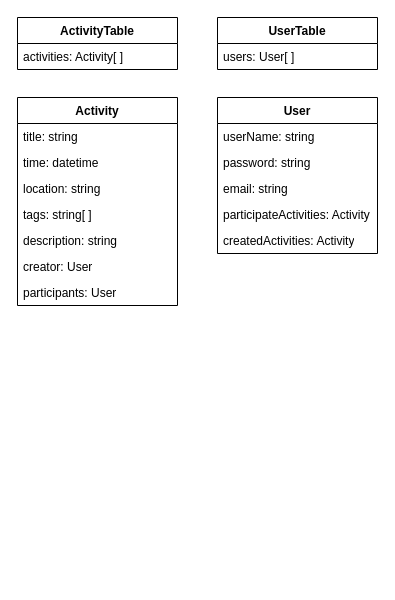
Earlier version of the draw.io diagram docs/create_activity_UML_class.drawio (Yishanka/Soda). Source tidied: cells renumbered, new cells numbered last; positions are measured from the earlier drawing's top-left corner, leaving out a move shared by most shapes. Both pictures are drawn from the tidied source at 100%, with x=0, y=0 at pixel (17, 17).
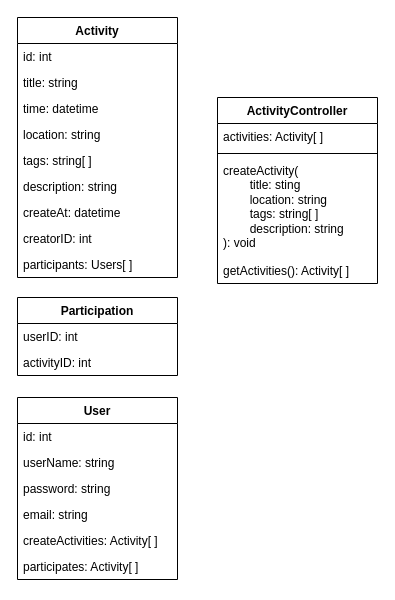
After the change.

Diff of the diagram source:
```diff
@@
     <mxCell id="2" value="Activity" style="swimlane;fontStyle=1;align=center;verticalAlign=top;horizontal=1;startSize=26;whiteSpace=wrap;html=1;" parent="1" vertex="1">
-      <mxGeometry y="80" width="160" height="208" as="geometry" />
+      <mxGeometry width="160" height="260" as="geometry" />
     </mxCell>
+    <mxCell id="20" value="id: int" style="text;strokeColor=none;fillColor=none;align=left;verticalAlign=top;spacingLeft=4;spacingRight=4;overflow=hidden;whiteSpace=wrap;html=1;" parent="2" vertex="1">
+      <mxGeometry y="26" width="160" height="26" as="geometry" />
+    </mxCell>
     <mxCell id="3" value="title: string" style="text;strokeColor=none;fillColor=none;align=left;verticalAlign=top;spacingLeft=4;spacingRight=4;overflow=hidden;whiteSpace=wrap;html=1;" parent="2" vertex="1">
-      <mxGeometry y="26" width="160" height="26" as="geometry" />
+      <mxGeometry y="52" width="160" height="26" as="geometry" />
     </mxCell>
     <mxCell id="4" value="time: datetime" style="text;strokeColor=none;fillColor=none;align=left;verticalAlign=top;spacingLeft=4;spacingRight=4;overflow=hidden;whiteSpace=wrap;html=1;" parent="2" vertex="1">
-      <mxGeometry y="52" width="160" height="26" as="geometry" />
+      <mxGeometry y="78" width="160" height="26" as="geometry" />
     </mxCell>
     <mxCell id="5" value="location: string" style="text;strokeColor=none;fillColor=none;align=left;verticalAlign=top;spacingLeft=4;spacingRight=4;overflow=hidden;whiteSpace=wrap;html=1;" parent="2" vertex="1">
-      <mxGeometry y="78" width="160" height="26" as="geometry" />
+      <mxGeometry y="104" width="160" height="26" as="geometry" />
     </mxCell>
     <mxCell id="6" value="tags: string[ ]" style="text;strokeColor=none;fillColor=none;align=left;verticalAlign=top;spacingLeft=4;spacingRight=4;overflow=hidden;whiteSpace=wrap;html=1;" parent="2" vertex="1">
-      <mxGeometry y="104" width="160" height="26" as="geometry" />
+      <mxGeometry y="130" width="160" height="26" as="geometry" />
     </mxCell>
     <mxCell id="7" value="description: string" style="text;strokeColor=none;fillColor=none;align=left;verticalAlign=top;spacingLeft=4;spacingRight=4;overflow=hidden;whiteSpace=wrap;html=1;" parent="2" vertex="1">
-      <mxGeometry y="130" width="160" height="26" as="geometry" />
+      <mxGeometry y="156" width="160" height="26" as="geometry" />
     </mxCell>
+    <mxCell id="21" value="createAt: datetime" style="text;strokeColor=none;fillColor=none;align=left;verticalAlign=top;spacingLeft=4;spacingRight=4;overflow=hidden;whiteSpace=wrap;html=1;" parent="2" vertex="1">
+      <mxGeometry y="182" width="160" height="26" as="geometry" />
+    </mxCell>
-    <mxCell id="8" value="creator: User" style="text;strokeColor=none;fillColor=none;align=left;verticalAlign=top;spacingLeft=4;spacingRight=4;overflow=hidden;whiteSpace=wrap;html=1;" parent="2" vertex="1">
-      <mxGeometry y="156" width="160" height="26" as="geometry" />
+    <mxCell id="8" value="creatorID: int" style="text;strokeColor=none;fillColor=none;align=left;verticalAlign=top;spacingLeft=4;spacingRight=4;overflow=hidden;whiteSpace=wrap;html=1;" parent="2" vertex="1">
+      <mxGeometry y="208" width="160" height="26" as="geometry" />
     </mxCell>
-    <mxCell id="9" value="participants: User" style="text;strokeColor=none;fillColor=none;align=left;verticalAlign=top;spacingLeft=4;spacingRight=4;overflow=hidden;whiteSpace=wrap;html=1;" parent="2" vertex="1">
-      <mxGeometry y="182" width="160" height="26" as="geometry" />
+    <mxCell id="9" value="participants: Users[ ]" style="text;strokeColor=none;fillColor=none;align=left;verticalAlign=top;spacingLeft=4;spacingRight=4;overflow=hidden;whiteSpace=wrap;html=1;" parent="2" vertex="1">
+      <mxGeometry y="234" width="160" height="26" as="geometry" />
     </mxCell>
     <mxCell id="10" value="User" style="swimlane;fontStyle=1;align=center;verticalAlign=top;horizontal=1;startSize=26;whiteSpace=wrap;html=1;" parent="1" vertex="1">
-      <mxGeometry x="200" y="80" width="160" height="156" as="geometry" />
+      <mxGeometry y="380" width="160" height="182" as="geometry" />
     </mxCell>
+    <mxCell id="22" value="id: int" style="text;strokeColor=none;fillColor=none;align=left;verticalAlign=top;spacingLeft=4;spacingRight=4;overflow=hidden;whiteSpace=wrap;html=1;" parent="10" vertex="1">
+      <mxGeometry y="26" width="160" height="26" as="geometry" />
+    </mxCell>
     <mxCell id="11" value="userName: string" style="text;strokeColor=none;fillColor=none;align=left;verticalAlign=top;spacingLeft=4;spacingRight=4;overflow=hidden;whiteSpace=wrap;html=1;" parent="10" vertex="1">
-      <mxGeometry y="26" width="160" height="26" as="geometry" />
+      <mxGeometry y="52" width="160" height="26" as="geometry" />
     </mxCell>
     <mxCell id="12" value="password: string" style="text;strokeColor=none;fillColor=none;align=left;verticalAlign=top;spacingLeft=4;spacingRight=4;overflow=hidden;whiteSpace=wrap;html=1;" parent="10" vertex="1">
-      <mxGeometry y="52" width="160" height="26" as="geometry" />
+      <mxGeometry y="78" width="160" height="26" as="geometry" />
     </mxCell>
     <mxCell id="13" value="email: string" style="text;strokeColor=none;fillColor=none;align=left;verticalAlign=top;spacingLeft=4;spacingRight=4;overflow=hidden;whiteSpace=wrap;html=1;" parent="10" vertex="1">
-      <mxGeometry y="78" width="160" height="26" as="geometry" />
+      <mxGeometry y="104" width="160" height="26" as="geometry" />
     </mxCell>
+    <mxCell id="15" value="createActivities: Activity[ ]" style="text;strokeColor=none;fillColor=none;align=left;verticalAlign=top;spacingLeft=4;spacingRight=4;overflow=hidden;whiteSpace=wrap;html=1;" parent="10" vertex="1">
+      <mxGeometry y="130" width="160" height="26" as="geometry" />
+    </mxCell>
-    <mxCell id="14" value="participateActivities: Activity" style="text;strokeColor=none;fillColor=none;align=left;verticalAlign=top;spacingLeft=4;spacingRight=4;overflow=hidden;whiteSpace=wrap;html=1;" parent="10" vertex="1">
-      <mxGeometry y="104" width="160" height="26" as="geometry" />
+    <mxCell id="14" value="participates: Activity[ ]" style="text;strokeColor=none;fillColor=none;align=left;verticalAlign=top;spacingLeft=4;spacingRight=4;overflow=hidden;whiteSpace=wrap;html=1;" parent="10" vertex="1">
+      <mxGeometry y="156" width="160" height="26" as="geometry" />
     </mxCell>
-    <mxCell id="15" value="createdActivities: Activity" style="text;strokeColor=none;fillColor=none;align=left;verticalAlign=top;spacingLeft=4;spacingRight=4;overflow=hidden;whiteSpace=wrap;html=1;" parent="10" vertex="1">
-      <mxGeometry y="130" width="160" height="26" as="geometry" />
-    </mxCell>
-    <mxCell id="16" value="ActivityTable" style="swimlane;fontStyle=1;align=center;verticalAlign=top;horizontal=1;startSize=26;whiteSpace=wrap;html=1;" parent="1" vertex="1">
-      <mxGeometry width="160" height="52" as="geometry" />
-    </mxCell>
+    <mxCell id="23" value="ActivityController" style="swimlane;fontStyle=1;align=center;verticalAlign=top;horizontal=1;startSize=26;whiteSpace=wrap;html=1;" parent="1" vertex="1">
+      <mxGeometry x="200" y="80" width="160" height="186" as="geometry" />
+    </mxCell>
-    <mxCell id="17" value="activities: Activity[ ]" style="text;strokeColor=none;fillColor=none;align=left;verticalAlign=top;spacingLeft=4;spacingRight=4;overflow=hidden;whiteSpace=wrap;html=1;" parent="16" vertex="1">
+    <mxCell id="17" value="activities: Activity[ ]" style="text;strokeColor=none;fillColor=none;align=left;verticalAlign=top;spacingLeft=4;spacingRight=4;overflow=hidden;whiteSpace=wrap;html=1;" parent="23" vertex="1">
       <mxGeometry y="26" width="160" height="26" as="geometry" />
     </mxCell>
-    <mxCell id="18" value="UserTable" style="swimlane;fontStyle=1;align=center;verticalAlign=top;horizontal=1;startSize=26;whiteSpace=wrap;html=1;" parent="1" vertex="1">
-      <mxGeometry x="200" width="160" height="52" as="geometry" />
-    </mxCell>
-    <mxCell id="19" value="users: User[ ]" style="text;strokeColor=none;fillColor=none;align=left;verticalAlign=top;spacingLeft=4;spacingRight=4;overflow=hidden;whiteSpace=wrap;html=1;" parent="18" vertex="1">
-      <mxGeometry y="26" width="160" height="26" as="geometry" />
-    </mxCell>
+    <mxCell id="24" style="line;strokeWidth=1;fillColor=none;align=left;verticalAlign=middle;spacingTop=-1;spacingLeft=3;spacingRight=3;labelPosition=right;strokeColor=inherit;" parent="23" vertex="1">
+      <mxGeometry y="52" width="160" height="8" as="geometry" />
+    </mxCell>
+    <mxCell id="25" value="createActivity(&lt;div&gt;&lt;span style=&quot;white-space: pre;&quot;&gt;&#9;&lt;/span&gt;title: sting&lt;br&gt;&lt;/div&gt;&lt;div&gt;&lt;span style=&quot;white-space: pre;&quot;&gt;&#9;&lt;/span&gt;location: string&lt;br&gt;&lt;/div&gt;&lt;div&gt;&lt;span style=&quot;white-space: pre;&quot;&gt;&#9;&lt;/span&gt;tags: string[ ]&lt;br&gt;&lt;/div&gt;&lt;div&gt;&lt;span style=&quot;white-space: pre;&quot;&gt;&#9;&lt;/span&gt;description: string&lt;/div&gt;&lt;div&gt;): void&lt;/div&gt;" style="text;strokeColor=none;fillColor=none;align=left;verticalAlign=top;spacingLeft=4;spacingRight=4;overflow=hidden;whiteSpace=wrap;html=1;" parent="23" vertex="1">
+      <mxGeometry y="60" width="160" height="100" as="geometry" />
+    </mxCell>
+    <mxCell id="26" value="getActivities(): Activity[ ]" style="text;strokeColor=none;fillColor=none;align=left;verticalAlign=top;spacingLeft=4;spacingRight=4;overflow=hidden;whiteSpace=wrap;html=1;" parent="23" vertex="1">
+      <mxGeometry y="160" width="160" height="26" as="geometry" />
+    </mxCell>
+    <mxCell id="27" value="Participation" style="swimlane;fontStyle=1;align=center;verticalAlign=top;horizontal=1;startSize=26;whiteSpace=wrap;html=1;" parent="1" vertex="1">
+      <mxGeometry y="280" width="160" height="78" as="geometry" />
+    </mxCell>
+    <mxCell id="28" value="userID: int" style="text;strokeColor=none;fillColor=none;align=left;verticalAlign=top;spacingLeft=4;spacingRight=4;overflow=hidden;whiteSpace=wrap;html=1;" parent="27" vertex="1">
+      <mxGeometry y="26" width="160" height="26" as="geometry" />
+    </mxCell>
+    <mxCell id="29" value="activityID: int" style="text;strokeColor=none;fillColor=none;align=left;verticalAlign=top;spacingLeft=4;spacingRight=4;overflow=hidden;whiteSpace=wrap;html=1;" parent="27" vertex="1">
+      <mxGeometry y="52" width="160" height="26" as="geometry" />
+    </mxCell>
```
